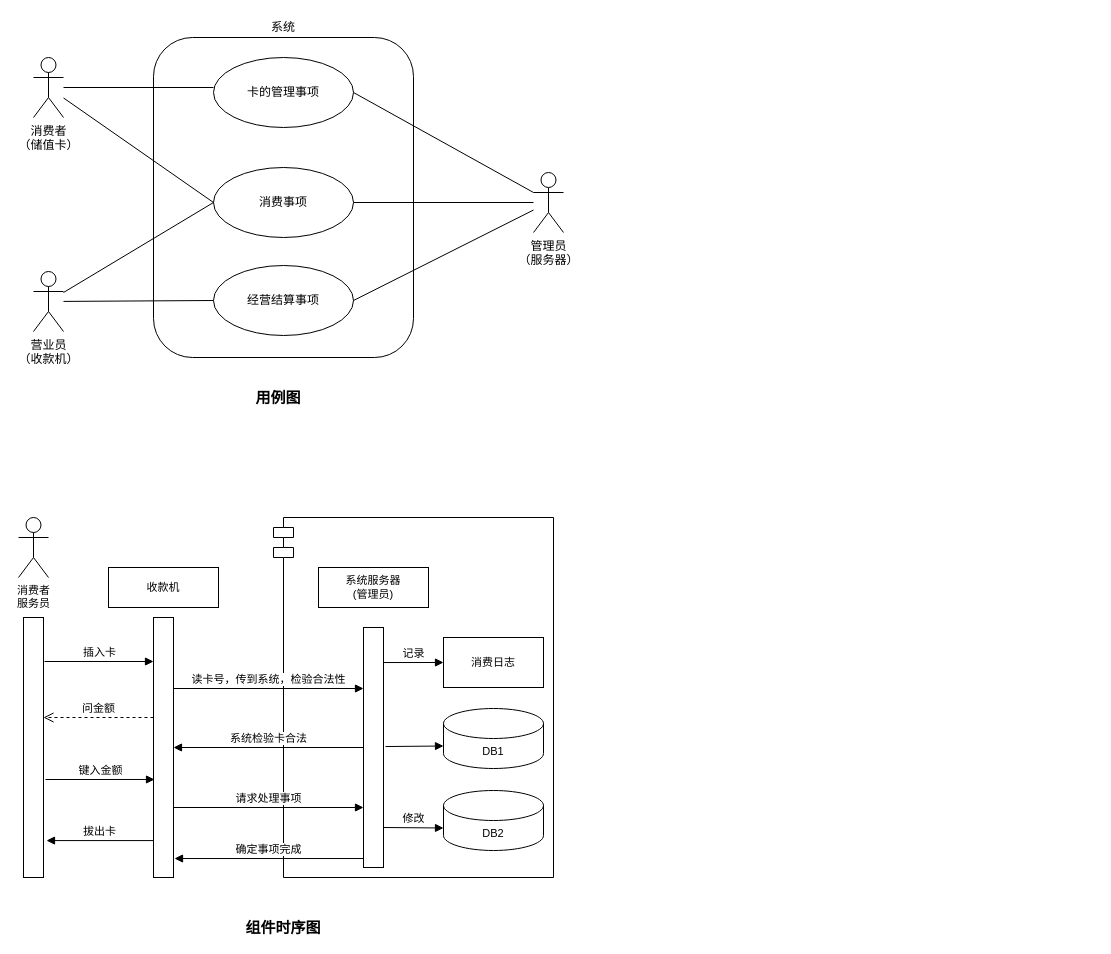
Before: SystemUserCase.drawio in Pierolin/twzh, a draw.io diagram. Source tidied: cells renumbered, new cells numbered last; positions are measured from the earlier drawing's top-left corner, leaving out a move shared by most shapes. Both pictures are drawn from the tidied source at 100%, with x=0, y=0 at pixel (18, 17).
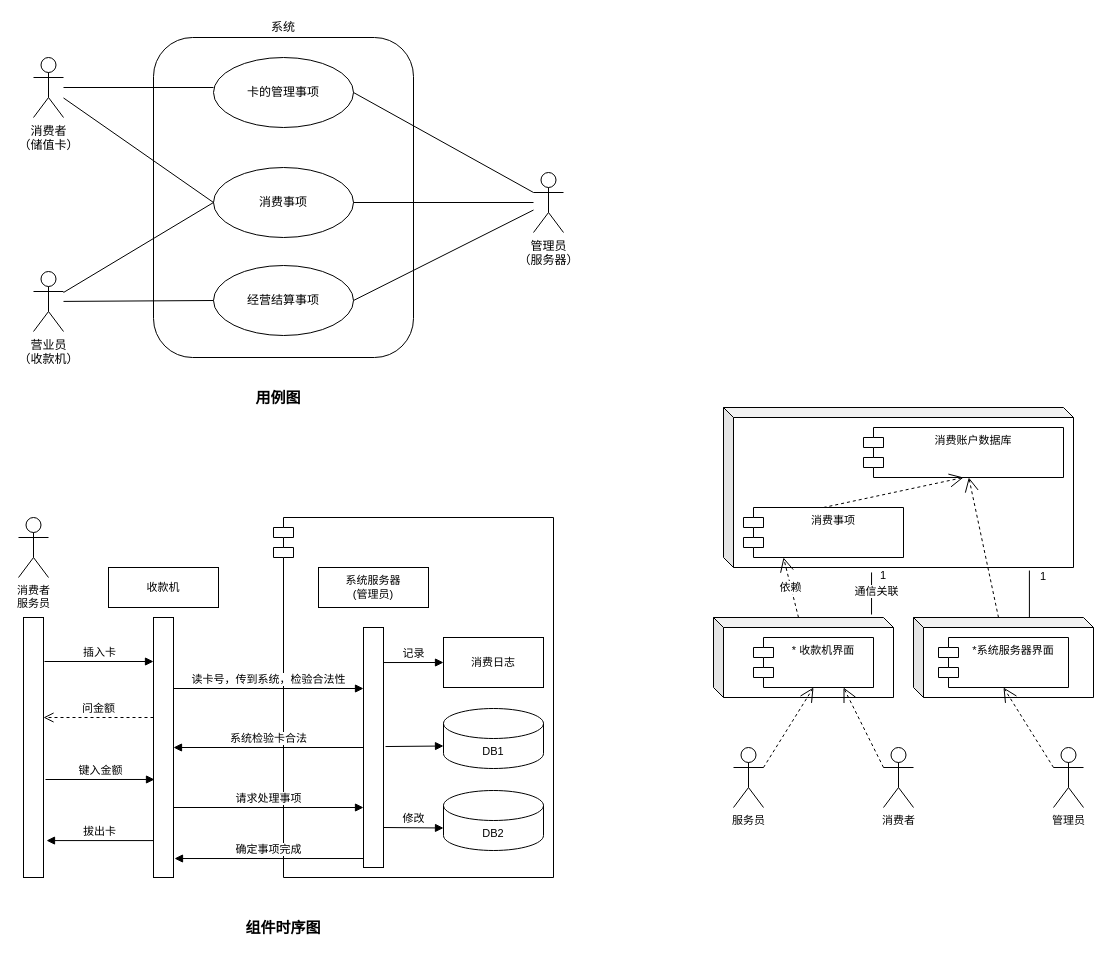
Above is the later version.

What changed in the source:
```diff
@@
+    <mxCell id="40" style="shape=cube;whiteSpace=wrap;html=1;boundedLbl=1;backgroundOutline=1;darkOpacity=0.05;darkOpacity2=0.1;fontSize=11;size=10;" parent="1" vertex="1">
+      <mxGeometry x="695" y="600" width="180" height="80" as="geometry" />
+    </mxCell>
+    <mxCell id="41" style="shape=cube;whiteSpace=wrap;html=1;boundedLbl=1;backgroundOutline=1;darkOpacity=0.05;darkOpacity2=0.1;fontSize=11;size=10;" parent="1" vertex="1">
+      <mxGeometry x="895" y="600" width="180" height="80" as="geometry" />
+    </mxCell>
+    <mxCell id="42" style="shape=cube;whiteSpace=wrap;html=1;boundedLbl=1;backgroundOutline=1;darkOpacity=0.05;darkOpacity2=0.1;fontSize=11;sketch=0;shadow=0;size=10;" parent="1" vertex="1">
+      <mxGeometry x="705" y="390" width="350" height="160" as="geometry" />
+    </mxCell>
+    <mxCell id="43" value="消费账户数据库" style="shape=module;align=left;spacingLeft=20;align=center;verticalAlign=top;shadow=0;sketch=0;fontSize=11;" parent="1" vertex="1">
+      <mxGeometry x="845" y="410" width="200" height="50" as="geometry" />
+    </mxCell>
+    <mxCell id="44" value="* 收款机界面" style="shape=module;align=left;spacingLeft=20;align=center;verticalAlign=top;shadow=0;sketch=0;fontSize=11;" parent="1" vertex="1">
+      <mxGeometry x="735" y="620" width="120" height="50" as="geometry" />
+    </mxCell>
+    <mxCell id="45" value="*系统服务器界面" style="shape=module;align=left;spacingLeft=20;align=center;verticalAlign=top;shadow=0;sketch=0;fontSize=11;" parent="1" vertex="1">
+      <mxGeometry x="920" y="620" width="130" height="50" as="geometry" />
+    </mxCell>
+    <mxCell id="46" value="消费事项" style="shape=module;align=left;spacingLeft=20;align=center;verticalAlign=top;shadow=0;sketch=0;fontSize=11;" parent="1" vertex="1">
+      <mxGeometry x="725" y="490" width="160" height="50" as="geometry" />
+    </mxCell>
+    <mxCell id="47" value="消费者" style="shape=umlActor;verticalLabelPosition=bottom;verticalAlign=top;html=1;shadow=0;sketch=0;fontSize=11;" parent="1" vertex="1">
+      <mxGeometry x="865" y="730" width="30" height="60" as="geometry" />
+    </mxCell>
+    <mxCell id="48" value="服务员" style="shape=umlActor;verticalLabelPosition=bottom;verticalAlign=top;html=1;shadow=0;sketch=0;fontSize=11;" parent="1" vertex="1">
+      <mxGeometry x="715" y="730" width="30" height="60" as="geometry" />
+    </mxCell>
+    <mxCell id="49" value="管理员" style="shape=umlActor;verticalLabelPosition=bottom;verticalAlign=top;html=1;shadow=0;sketch=0;fontSize=11;" parent="1" vertex="1">
+      <mxGeometry x="1035" y="730" width="30" height="60" as="geometry" />
+    </mxCell>
+    <mxCell id="50" style="endArrow=open;endSize=12;dashed=1;html=1;fontSize=11;exitX=1;exitY=0.3333333333333333;exitDx=0;exitDy=0;exitPerimeter=0;entryX=0.5;entryY=1;entryDx=0;entryDy=0;" parent="1" edge="1" source="48" target="44">
+      <mxGeometry relative="1" as="geometry" />
+    </mxCell>
+    <mxCell id="51" style="endArrow=open;endSize=12;dashed=1;html=1;fontSize=11;exitX=0;exitY=0.3333333333333333;exitDx=0;exitDy=0;exitPerimeter=0;entryX=0.75;entryY=1;entryDx=0;entryDy=0;" parent="1" edge="1" source="47" target="44">
+      <mxGeometry relative="1" as="geometry" />
+    </mxCell>
+    <mxCell id="52" style="endArrow=open;endSize=12;dashed=1;html=1;fontSize=11;exitX=0;exitY=0.3333333333333333;exitDx=0;exitDy=0;exitPerimeter=0;entryX=0.5;entryY=1;entryDx=0;entryDy=0;" parent="1" edge="1" source="49" target="45">
+      <mxGeometry relative="1" as="geometry" />
+    </mxCell>
+    <mxCell id="53" style="endArrow=open;endSize=12;dashed=1;html=1;fontSize=11;entryX=0.5;entryY=1;entryDx=0;entryDy=0;exitX=0.5;exitY=0;exitDx=0;exitDy=0;" parent="1" edge="1" source="46" target="43">
+      <mxGeometry relative="1" as="geometry" />
+    </mxCell>
+    <mxCell id="54" style="endArrow=open;endSize=12;dashed=1;html=1;fontSize=11;exitX=0;exitY=0;exitDx=85;exitDy=0;exitPerimeter=0;" parent="1" edge="1" source="41" target="43">
+      <mxGeometry relative="1" as="geometry" />
+    </mxCell>
+    <mxCell id="55" style="endArrow=none;html=1;fontSize=11;exitX=0.644;exitY=0;exitDx=0;exitDy=0;exitPerimeter=0;entryX=0.874;entryY=1.019;entryDx=0;entryDy=0;entryPerimeter=0;" parent="1" edge="1" source="41" target="42">
+      <mxGeometry relative="1" as="geometry" />
+    </mxCell>
+    <mxCell id="56" style="endArrow=none;html=1;fontSize=11;exitX=0.878;exitY=-0.037;exitDx=0;exitDy=0;exitPerimeter=0;entryX=0.423;entryY=1.031;entryDx=0;entryDy=0;entryPerimeter=0;" parent="1" edge="1" source="40" target="42">
+      <mxGeometry relative="1" as="geometry" />
+    </mxCell>
+    <mxCell id="57" value="通信关联" style="edgeLabel;html=1;align=center;verticalAlign=middle;fontSize=11;" parent="56" vertex="1">
+      <mxGeometry x="0.14" y="-4" relative="1" as="geometry" />
+    </mxCell>
+    <mxCell id="58" value="依赖" style="endArrow=open;endSize=12;dashed=1;html=1;fontSize=11;exitX=0;exitY=0;exitDx=85;exitDy=0;exitPerimeter=0;entryX=0.25;entryY=1;entryDx=0;entryDy=0;" parent="1" edge="1" source="40" target="46">
+      <mxGeometry relative="1" as="geometry" />
+    </mxCell>
+    <mxCell id="59" value="1" style="text;align=center;fontStyle=0;verticalAlign=middle;spacingLeft=3;spacingRight=3;strokeColor=none;shadow=0;sketch=0;fontSize=11;" parent="1" vertex="1">
+      <mxGeometry x="1015" y="545" width="20" height="26" as="geometry" />
+    </mxCell>
+    <mxCell id="60" value="1" style="text;align=center;fontStyle=0;verticalAlign=middle;spacingLeft=3;spacingRight=3;strokeColor=none;shadow=0;sketch=0;fontSize=11;" parent="1" vertex="1">
+      <mxGeometry x="855" y="544" width="20" height="26" as="geometry" />
+    </mxCell>
```
